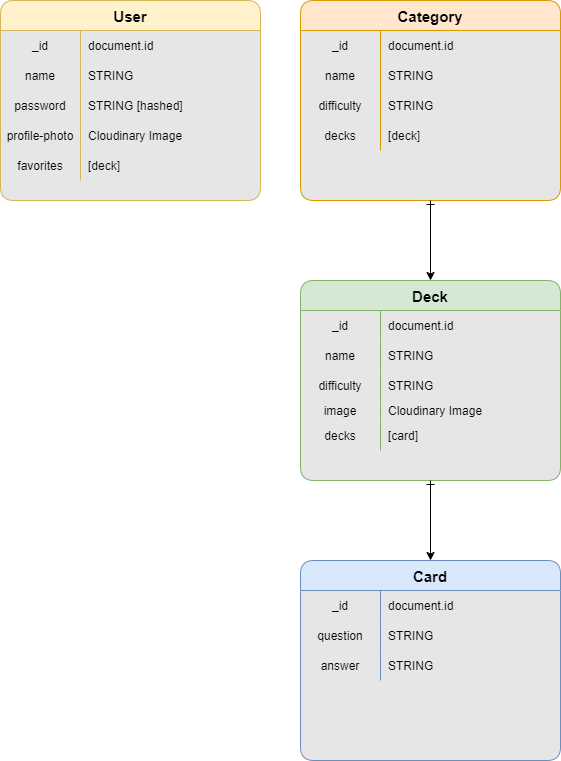
This is DevelUp-ERD.png from br1anlee/Develup-client, a draw.io export, as it was before one commit. Source tidied: cells renumbered, new cells last; positions are measured from the earlier drawing's top-left corner, leaving out a move shared by most shapes. Source of this version:
```xml
<mxGraphModel>
  <root>
    <mxCell id="0" />
    <mxCell id="1" parent="0" />
    <mxCell id="2" value="User" style="shape=table;startSize=30;rowLines=0;fontStyle=1;align=center;rounded=1;swimlaneFillColor=#E6E6E6;fillColor=#fff2cc;strokeColor=#d6b656;fontSize=15;fontFamily=Helvetica;" parent="1" vertex="1">
      <mxGeometry width="260" height="200" as="geometry" />
    </mxCell>
    <mxCell id="3" style="shape=tableRow;horizontal=0;startSize=0;swimlaneHead=0;swimlaneBody=0;fillColor=none;top=0;left=0;right=0;bottom=0;fontFamily=Helvetica;" parent="2" vertex="1">
      <mxGeometry y="30" width="260" height="30" as="geometry" />
    </mxCell>
    <mxCell id="4" value="_id" style="shape=partialRectangle;fillColor=none;top=0;left=0;bottom=0;right=0;overflow=hidden;fontFamily=Helvetica;" parent="3" vertex="1">
      <mxGeometry width="80" height="30" as="geometry" />
    </mxCell>
    <mxCell id="5" value="document.id" style="shape=partialRectangle;fillColor=none;top=0;left=0;bottom=0;right=0;align=left;spacingLeft=6;overflow=hidden;fontFamily=Helvetica;" parent="3" vertex="1">
      <mxGeometry x="80" width="180" height="30" as="geometry" />
    </mxCell>
    <mxCell id="6" style="shape=tableRow;horizontal=0;startSize=0;swimlaneHead=0;swimlaneBody=0;fillColor=none;top=0;left=0;right=0;bottom=0;fontFamily=Helvetica;" parent="2" vertex="1">
      <mxGeometry y="60" width="260" height="30" as="geometry" />
    </mxCell>
    <mxCell id="7" value="name" style="shape=partialRectangle;fillColor=none;top=0;left=0;bottom=0;right=0;overflow=hidden;fontFamily=Helvetica;" parent="6" vertex="1">
      <mxGeometry width="80" height="30" as="geometry" />
    </mxCell>
    <mxCell id="8" value="STRING" style="shape=partialRectangle;fillColor=none;top=0;left=0;bottom=0;right=0;align=left;spacingLeft=6;overflow=hidden;fontFamily=Helvetica;" parent="6" vertex="1">
      <mxGeometry x="80" width="180" height="30" as="geometry" />
    </mxCell>
    <mxCell id="9" style="shape=tableRow;horizontal=0;startSize=0;swimlaneHead=0;swimlaneBody=0;fillColor=none;top=0;left=0;right=0;bottom=0;fontFamily=Helvetica;" parent="2" vertex="1">
      <mxGeometry y="90" width="260" height="30" as="geometry" />
    </mxCell>
    <mxCell id="10" value="password" style="shape=partialRectangle;fillColor=none;top=0;left=0;bottom=0;right=0;overflow=hidden;fontFamily=Helvetica;" parent="9" vertex="1">
      <mxGeometry width="80" height="30" as="geometry" />
    </mxCell>
    <mxCell id="11" value="STRING [hashed]" style="shape=partialRectangle;fillColor=none;top=0;left=0;bottom=0;right=0;align=left;spacingLeft=6;overflow=hidden;fontFamily=Helvetica;" parent="9" vertex="1">
      <mxGeometry x="80" width="180" height="30" as="geometry" />
    </mxCell>
    <mxCell id="12" style="shape=tableRow;horizontal=0;startSize=0;swimlaneHead=0;swimlaneBody=0;fillColor=none;top=0;left=0;right=0;bottom=0;fontFamily=Helvetica;" parent="2" vertex="1">
      <mxGeometry y="120" width="260" height="30" as="geometry" />
    </mxCell>
    <mxCell id="13" value="profile-photo" style="shape=partialRectangle;fillColor=none;top=0;left=0;bottom=0;right=0;overflow=hidden;fontFamily=Helvetica;" parent="12" vertex="1">
      <mxGeometry width="80" height="30" as="geometry" />
    </mxCell>
    <mxCell id="14" value="Cloudinary Image" style="shape=partialRectangle;fillColor=none;top=0;left=0;bottom=0;right=0;align=left;spacingLeft=6;overflow=hidden;fontFamily=Helvetica;" parent="12" vertex="1">
      <mxGeometry x="80" width="180" height="30" as="geometry" />
    </mxCell>
    <mxCell id="15" style="shape=tableRow;horizontal=0;startSize=0;swimlaneHead=0;swimlaneBody=0;fillColor=none;top=0;left=0;right=0;bottom=0;fontFamily=Helvetica;" parent="2" vertex="1">
      <mxGeometry y="150" width="260" height="30" as="geometry" />
    </mxCell>
    <mxCell id="16" value="favorites" style="shape=partialRectangle;fillColor=none;top=0;left=0;bottom=0;right=0;overflow=hidden;fontFamily=Helvetica;" parent="15" vertex="1">
      <mxGeometry width="80" height="30" as="geometry" />
    </mxCell>
    <mxCell id="17" value="[deck]" style="shape=partialRectangle;fillColor=none;top=0;left=0;bottom=0;right=0;align=left;spacingLeft=6;overflow=hidden;fontFamily=Helvetica;" parent="15" vertex="1">
      <mxGeometry x="80" width="180" height="30" as="geometry" />
    </mxCell>
    <mxCell id="18" value="Category" style="shape=table;startSize=30;rowLines=0;fontStyle=1;align=center;rounded=1;fillColor=#ffe6cc;strokeColor=#d79b00;swimlaneFillColor=#E6E6E6;fontSize=15;fontFamily=Helvetica;" parent="1" vertex="1">
      <mxGeometry x="300" width="260" height="200" as="geometry" />
    </mxCell>
    <mxCell id="19" style="shape=tableRow;horizontal=0;startSize=0;swimlaneHead=0;swimlaneBody=0;fillColor=none;top=0;left=0;right=0;bottom=0;rounded=1;fontFamily=Helvetica;" parent="18" vertex="1">
      <mxGeometry y="30" width="260" height="30" as="geometry" />
    </mxCell>
    <mxCell id="20" value="_id" style="shape=partialRectangle;fillColor=none;top=0;left=0;bottom=0;right=0;overflow=hidden;rounded=1;fontFamily=Helvetica;" parent="19" vertex="1">
      <mxGeometry width="80" height="30" as="geometry" />
    </mxCell>
    <mxCell id="21" value="document.id" style="shape=partialRectangle;fillColor=none;top=0;left=0;bottom=0;right=0;align=left;spacingLeft=6;overflow=hidden;rounded=1;fontFamily=Helvetica;" parent="19" vertex="1">
      <mxGeometry x="80" width="180" height="30" as="geometry" />
    </mxCell>
    <mxCell id="22" style="shape=tableRow;horizontal=0;startSize=0;swimlaneHead=0;swimlaneBody=0;fillColor=none;top=0;left=0;right=0;bottom=0;rounded=1;fontFamily=Helvetica;" parent="18" vertex="1">
      <mxGeometry y="60" width="260" height="30" as="geometry" />
    </mxCell>
    <mxCell id="23" value="name" style="shape=partialRectangle;fillColor=none;top=0;left=0;bottom=0;right=0;overflow=hidden;rounded=1;fontFamily=Helvetica;" parent="22" vertex="1">
      <mxGeometry width="80" height="30" as="geometry" />
    </mxCell>
    <mxCell id="24" value="STRING" style="shape=partialRectangle;fillColor=none;top=0;left=0;bottom=0;right=0;align=left;spacingLeft=6;overflow=hidden;rounded=1;fontFamily=Helvetica;" parent="22" vertex="1">
      <mxGeometry x="80" width="180" height="30" as="geometry" />
    </mxCell>
    <mxCell id="25" style="shape=tableRow;horizontal=0;startSize=0;swimlaneHead=0;swimlaneBody=0;fillColor=none;top=0;left=0;right=0;bottom=0;rounded=1;fontFamily=Helvetica;" parent="18" vertex="1">
      <mxGeometry y="90" width="260" height="30" as="geometry" />
    </mxCell>
    <mxCell id="26" value="difficulty" style="shape=partialRectangle;fillColor=none;top=0;left=0;bottom=0;right=0;overflow=hidden;rounded=1;fontFamily=Helvetica;" parent="25" vertex="1">
      <mxGeometry width="80" height="30" as="geometry" />
    </mxCell>
    <mxCell id="27" value="STRING" style="shape=partialRectangle;fillColor=none;top=0;left=0;bottom=0;right=0;align=left;spacingLeft=6;overflow=hidden;rounded=1;fontFamily=Helvetica;" parent="25" vertex="1">
      <mxGeometry x="80" width="180" height="30" as="geometry" />
    </mxCell>
    <mxCell id="28" style="shape=tableRow;horizontal=0;startSize=0;swimlaneHead=0;swimlaneBody=0;fillColor=none;top=0;left=0;right=0;bottom=0;rounded=1;fontFamily=Helvetica;" parent="18" vertex="1">
      <mxGeometry y="120" width="260" height="30" as="geometry" />
    </mxCell>
    <mxCell id="29" value="decks" style="shape=partialRectangle;fillColor=none;top=0;left=0;bottom=0;right=0;overflow=hidden;rounded=1;fontFamily=Helvetica;" parent="28" vertex="1">
      <mxGeometry width="80" height="30" as="geometry" />
    </mxCell>
    <mxCell id="30" value="[deck]" style="shape=partialRectangle;fillColor=none;top=0;left=0;bottom=0;right=0;align=left;spacingLeft=6;overflow=hidden;rounded=1;fontFamily=Helvetica;" parent="28" vertex="1">
      <mxGeometry x="80" width="180" height="30" as="geometry" />
    </mxCell>
    <mxCell id="31" value="Card" style="shape=table;startSize=30;rowLines=0;fontStyle=1;align=center;rounded=1;fillColor=#dae8fc;strokeColor=#6c8ebf;swimlaneFillColor=#E6E6E6;fontSize=15;fontFamily=Helvetica;" parent="1" vertex="1">
      <mxGeometry x="300" y="560" width="260" height="200" as="geometry" />
    </mxCell>
    <mxCell id="32" style="shape=tableRow;horizontal=0;startSize=0;swimlaneHead=0;swimlaneBody=0;fillColor=none;top=0;left=0;right=0;bottom=0;rounded=1;fontFamily=Helvetica;" parent="31" vertex="1">
      <mxGeometry y="30" width="260" height="30" as="geometry" />
    </mxCell>
    <mxCell id="33" value="_id" style="shape=partialRectangle;fillColor=none;top=0;left=0;bottom=0;right=0;overflow=hidden;rounded=1;fontFamily=Helvetica;" parent="32" vertex="1">
      <mxGeometry width="80" height="30" as="geometry" />
    </mxCell>
    <mxCell id="34" value="document.id" style="shape=partialRectangle;fillColor=none;top=0;left=0;bottom=0;right=0;align=left;spacingLeft=6;overflow=hidden;rounded=1;fontFamily=Helvetica;" parent="32" vertex="1">
      <mxGeometry x="80" width="180" height="30" as="geometry" />
    </mxCell>
    <mxCell id="35" style="shape=tableRow;horizontal=0;startSize=0;swimlaneHead=0;swimlaneBody=0;fillColor=none;top=0;left=0;right=0;bottom=0;rounded=1;fontFamily=Helvetica;" parent="31" vertex="1">
      <mxGeometry y="60" width="260" height="30" as="geometry" />
    </mxCell>
    <mxCell id="36" value="question" style="shape=partialRectangle;fillColor=none;top=0;left=0;bottom=0;right=0;overflow=hidden;rounded=1;fontFamily=Helvetica;" parent="35" vertex="1">
      <mxGeometry width="80" height="30" as="geometry" />
    </mxCell>
    <mxCell id="37" value="STRING" style="shape=partialRectangle;fillColor=none;top=0;left=0;bottom=0;right=0;align=left;spacingLeft=6;overflow=hidden;rounded=1;fontFamily=Helvetica;" parent="35" vertex="1">
      <mxGeometry x="80" width="180" height="30" as="geometry" />
    </mxCell>
    <mxCell id="38" style="shape=tableRow;horizontal=0;startSize=0;swimlaneHead=0;swimlaneBody=0;fillColor=none;top=0;left=0;right=0;bottom=0;rounded=1;fontFamily=Helvetica;" parent="31" vertex="1">
      <mxGeometry y="90" width="260" height="30" as="geometry" />
    </mxCell>
    <mxCell id="39" value="answer" style="shape=partialRectangle;fillColor=none;top=0;left=0;bottom=0;right=0;overflow=hidden;rounded=1;fontFamily=Helvetica;" parent="38" vertex="1">
      <mxGeometry width="80" height="30" as="geometry" />
    </mxCell>
    <mxCell id="40" value="STRING" style="shape=partialRectangle;fillColor=none;top=0;left=0;bottom=0;right=0;align=left;spacingLeft=6;overflow=hidden;rounded=1;fontFamily=Helvetica;" parent="38" vertex="1">
      <mxGeometry x="80" width="180" height="30" as="geometry" />
    </mxCell>
    <mxCell id="41" value="Deck" style="shape=table;startSize=30;rowLines=0;fontStyle=1;align=center;rounded=1;fillColor=#d5e8d4;strokeColor=#82b366;swimlaneFillColor=#E6E6E6;fontSize=15;fontFamily=Helvetica;" parent="1" vertex="1">
      <mxGeometry x="300" y="280" width="260" height="200" as="geometry" />
    </mxCell>
    <mxCell id="42" style="shape=tableRow;horizontal=0;startSize=0;swimlaneHead=0;swimlaneBody=0;fillColor=none;top=0;left=0;right=0;bottom=0;rounded=1;fontFamily=Helvetica;" parent="41" vertex="1">
      <mxGeometry y="30" width="260" height="30" as="geometry" />
    </mxCell>
    <mxCell id="43" value="_id" style="shape=partialRectangle;fillColor=none;top=0;left=0;bottom=0;right=0;overflow=hidden;rounded=1;fontFamily=Helvetica;" parent="42" vertex="1">
      <mxGeometry width="80" height="30" as="geometry" />
    </mxCell>
    <mxCell id="44" value="document.id" style="shape=partialRectangle;fillColor=none;top=0;left=0;bottom=0;right=0;align=left;spacingLeft=6;overflow=hidden;rounded=1;fontFamily=Helvetica;" parent="42" vertex="1">
      <mxGeometry x="80" width="180" height="30" as="geometry" />
    </mxCell>
    <mxCell id="45" style="shape=tableRow;horizontal=0;startSize=0;swimlaneHead=0;swimlaneBody=0;fillColor=none;top=0;left=0;right=0;bottom=0;rounded=1;fontFamily=Helvetica;" parent="41" vertex="1">
      <mxGeometry y="60" width="260" height="30" as="geometry" />
    </mxCell>
    <mxCell id="46" value="name" style="shape=partialRectangle;fillColor=none;top=0;left=0;bottom=0;right=0;overflow=hidden;rounded=1;fontFamily=Helvetica;" parent="45" vertex="1">
      <mxGeometry width="80" height="30" as="geometry" />
    </mxCell>
    <mxCell id="47" value="STRING" style="shape=partialRectangle;fillColor=none;top=0;left=0;bottom=0;right=0;align=left;spacingLeft=6;overflow=hidden;rounded=1;fontFamily=Helvetica;" parent="45" vertex="1">
      <mxGeometry x="80" width="180" height="30" as="geometry" />
    </mxCell>
    <mxCell id="48" style="shape=tableRow;horizontal=0;startSize=0;swimlaneHead=0;swimlaneBody=0;fillColor=none;top=0;left=0;right=0;bottom=0;rounded=1;fontFamily=Helvetica;" parent="41" vertex="1">
      <mxGeometry y="90" width="260" height="30" as="geometry" />
    </mxCell>
    <mxCell id="49" value="difficulty" style="shape=partialRectangle;fillColor=none;top=0;left=0;bottom=0;right=0;overflow=hidden;rounded=1;fontFamily=Helvetica;" parent="48" vertex="1">
      <mxGeometry width="80" height="30" as="geometry" />
    </mxCell>
    <mxCell id="50" value="STRING" style="shape=partialRectangle;fillColor=none;top=0;left=0;bottom=0;right=0;align=left;spacingLeft=6;overflow=hidden;rounded=1;fontFamily=Helvetica;" parent="48" vertex="1">
      <mxGeometry x="80" width="180" height="30" as="geometry" />
    </mxCell>
    <mxCell id="51" style="shape=tableRow;horizontal=0;startSize=0;swimlaneHead=0;swimlaneBody=0;fillColor=none;top=0;left=0;right=0;bottom=0;rounded=1;fontFamily=Helvetica;" parent="41" vertex="1">
      <mxGeometry y="120" width="260" height="20" as="geometry" />
    </mxCell>
    <mxCell id="52" value="image" style="shape=partialRectangle;fillColor=none;top=0;left=0;bottom=0;right=0;overflow=hidden;rounded=1;fontFamily=Helvetica;" parent="51" vertex="1">
      <mxGeometry width="80" height="20" as="geometry" />
    </mxCell>
    <mxCell id="53" value="Cloudinary Image" style="shape=partialRectangle;fillColor=none;top=0;left=0;bottom=0;right=0;align=left;spacingLeft=6;overflow=hidden;rounded=1;fontFamily=Helvetica;" parent="51" vertex="1">
      <mxGeometry x="80" width="180" height="20" as="geometry" />
    </mxCell>
    <mxCell id="54" style="shape=tableRow;horizontal=0;startSize=0;swimlaneHead=0;swimlaneBody=0;fillColor=none;top=0;left=0;right=0;bottom=0;rounded=1;fontFamily=Helvetica;" parent="41" vertex="1">
      <mxGeometry y="140" width="260" height="30" as="geometry" />
    </mxCell>
    <mxCell id="55" value="decks" style="shape=partialRectangle;fillColor=none;top=0;left=0;bottom=0;right=0;overflow=hidden;rounded=1;fontFamily=Helvetica;" parent="54" vertex="1">
      <mxGeometry width="80" height="30" as="geometry" />
    </mxCell>
    <mxCell id="56" value="[card]" style="shape=partialRectangle;fillColor=none;top=0;left=0;bottom=0;right=0;align=left;spacingLeft=6;overflow=hidden;rounded=1;fontFamily=Helvetica;" parent="54" vertex="1">
      <mxGeometry x="80" width="180" height="30" as="geometry" />
    </mxCell>
    <mxCell id="57" style="edgeStyle=orthogonalEdgeStyle;fontSize=12;html=1;endArrow=classic;endFill=1;rounded=0;startArrow=ERone;startFill=0;jumpStyle=arc;fontFamily=Helvetica;curved=1;entryX=0.5;entryY=0;entryDx=0;entryDy=0;exitX=0.5;exitY=1;exitDx=0;exitDy=0;" parent="1" edge="1" source="18" target="41">
      <mxGeometry relative="1" as="geometry" />
    </mxCell>
    <mxCell id="58" style="edgeStyle=orthogonalEdgeStyle;fontSize=12;html=1;endArrow=classic;endFill=1;rounded=0;startArrow=ERone;startFill=0;jumpStyle=arc;fontFamily=Helvetica;curved=1;entryX=0.5;entryY=0;entryDx=0;entryDy=0;exitX=0.5;exitY=1;exitDx=0;exitDy=0;" parent="1" edge="1" source="41" target="31">
      <mxGeometry relative="1" as="geometry" />
    </mxCell>
  </root>
</mxGraphModel>
```
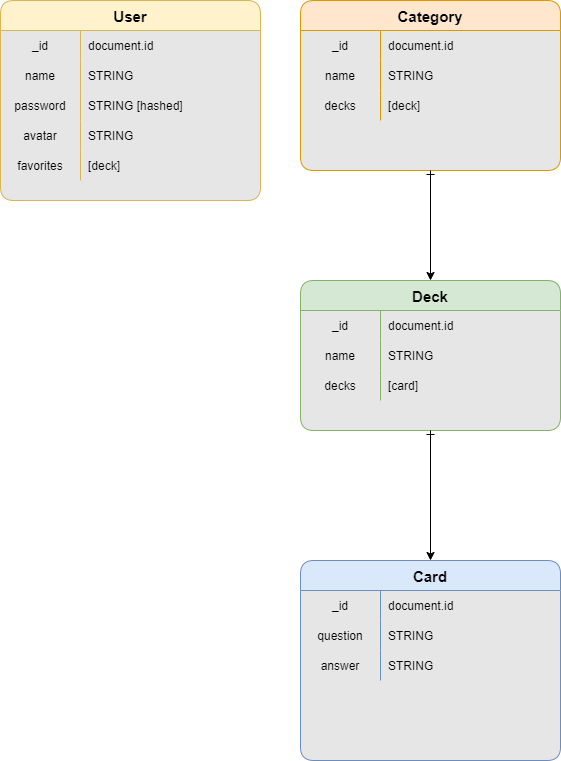
Above is the later version.

The edit, as a diff of the source:
```diff
@@ -35,10 +35,10 @@
     <mxCell id="12" style="shape=tableRow;horizontal=0;startSize=0;swimlaneHead=0;swimlaneBody=0;fillColor=none;top=0;left=0;right=0;bottom=0;fontFamily=Helvetica;" parent="2" vertex="1">
       <mxGeometry y="120" width="260" height="30" as="geometry" />
     </mxCell>
-    <mxCell id="13" value="profile-photo" style="shape=partialRectangle;fillColor=none;top=0;left=0;bottom=0;right=0;overflow=hidden;fontFamily=Helvetica;" parent="12" vertex="1">
+    <mxCell id="13" value="avatar" style="shape=partialRectangle;fillColor=none;top=0;left=0;bottom=0;right=0;overflow=hidden;fontFamily=Helvetica;" parent="12" vertex="1">
       <mxGeometry width="80" height="30" as="geometry" />
     </mxCell>
-    <mxCell id="14" value="Cloudinary Image" style="shape=partialRectangle;fillColor=none;top=0;left=0;bottom=0;right=0;align=left;spacingLeft=6;overflow=hidden;fontFamily=Helvetica;" parent="12" vertex="1">
+    <mxCell id="14" value="STRING" style="shape=partialRectangle;fillColor=none;top=0;left=0;bottom=0;right=0;align=left;spacingLeft=6;overflow=hidden;fontFamily=Helvetica;" parent="12" vertex="1">
       <mxGeometry x="80" width="180" height="30" as="geometry" />
     </mxCell>
     <mxCell id="15" style="shape=tableRow;horizontal=0;startSize=0;swimlaneHead=0;swimlaneBody=0;fillColor=none;top=0;left=0;right=0;bottom=0;fontFamily=Helvetica;" parent="2" vertex="1">
@@ -51,7 +51,7 @@
       <mxGeometry x="80" width="180" height="30" as="geometry" />
     </mxCell>
     <mxCell id="18" value="Category" style="shape=table;startSize=30;rowLines=0;fontStyle=1;align=center;rounded=1;fillColor=#ffe6cc;strokeColor=#d79b00;swimlaneFillColor=#E6E6E6;fontSize=15;fontFamily=Helvetica;" parent="1" vertex="1">
-      <mxGeometry x="300" width="260" height="200" as="geometry" />
+      <mxGeometry x="300" width="260" height="170" as="geometry" />
     </mxCell>
     <mxCell id="19" style="shape=tableRow;horizontal=0;startSize=0;swimlaneHead=0;swimlaneBody=0;fillColor=none;top=0;left=0;right=0;bottom=0;rounded=1;fontFamily=Helvetica;" parent="18" vertex="1">
       <mxGeometry y="30" width="260" height="30" as="geometry" />
@@ -71,17 +71,8 @@
     <mxCell id="24" value="STRING" style="shape=partialRectangle;fillColor=none;top=0;left=0;bottom=0;right=0;align=left;spacingLeft=6;overflow=hidden;rounded=1;fontFamily=Helvetica;" parent="22" vertex="1">
       <mxGeometry x="80" width="180" height="30" as="geometry" />
     </mxCell>
-    <mxCell id="25" style="shape=tableRow;horizontal=0;startSize=0;swimlaneHead=0;swimlaneBody=0;fillColor=none;top=0;left=0;right=0;bottom=0;rounded=1;fontFamily=Helvetica;" parent="18" vertex="1">
-      <mxGeometry y="90" width="260" height="30" as="geometry" />
-    </mxCell>
-    <mxCell id="26" value="difficulty" style="shape=partialRectangle;fillColor=none;top=0;left=0;bottom=0;right=0;overflow=hidden;rounded=1;fontFamily=Helvetica;" parent="25" vertex="1">
-      <mxGeometry width="80" height="30" as="geometry" />
-    </mxCell>
-    <mxCell id="27" value="STRING" style="shape=partialRectangle;fillColor=none;top=0;left=0;bottom=0;right=0;align=left;spacingLeft=6;overflow=hidden;rounded=1;fontFamily=Helvetica;" parent="25" vertex="1">
-      <mxGeometry x="80" width="180" height="30" as="geometry" />
-    </mxCell>
     <mxCell id="28" style="shape=tableRow;horizontal=0;startSize=0;swimlaneHead=0;swimlaneBody=0;fillColor=none;top=0;left=0;right=0;bottom=0;rounded=1;fontFamily=Helvetica;" parent="18" vertex="1">
-      <mxGeometry y="120" width="260" height="30" as="geometry" />
+      <mxGeometry y="90" width="260" height="30" as="geometry" />
     </mxCell>
     <mxCell id="29" value="decks" style="shape=partialRectangle;fillColor=none;top=0;left=0;bottom=0;right=0;overflow=hidden;rounded=1;fontFamily=Helvetica;" parent="28" vertex="1">
       <mxGeometry width="80" height="30" as="geometry" />
@@ -120,7 +111,7 @@
       <mxGeometry x="80" width="180" height="30" as="geometry" />
     </mxCell>
     <mxCell id="41" value="Deck" style="shape=table;startSize=30;rowLines=0;fontStyle=1;align=center;rounded=1;fillColor=#d5e8d4;strokeColor=#82b366;swimlaneFillColor=#E6E6E6;fontSize=15;fontFamily=Helvetica;" parent="1" vertex="1">
-      <mxGeometry x="300" y="280" width="260" height="200" as="geometry" />
+      <mxGeometry x="300" y="280" width="260" height="150" as="geometry" />
     </mxCell>
     <mxCell id="42" style="shape=tableRow;horizontal=0;startSize=0;swimlaneHead=0;swimlaneBody=0;fillColor=none;top=0;left=0;right=0;bottom=0;rounded=1;fontFamily=Helvetica;" parent="41" vertex="1">
       <mxGeometry y="30" width="260" height="30" as="geometry" />
@@ -140,26 +131,8 @@
     <mxCell id="47" value="STRING" style="shape=partialRectangle;fillColor=none;top=0;left=0;bottom=0;right=0;align=left;spacingLeft=6;overflow=hidden;rounded=1;fontFamily=Helvetica;" parent="45" vertex="1">
       <mxGeometry x="80" width="180" height="30" as="geometry" />
     </mxCell>
-    <mxCell id="48" style="shape=tableRow;horizontal=0;startSize=0;swimlaneHead=0;swimlaneBody=0;fillColor=none;top=0;left=0;right=0;bottom=0;rounded=1;fontFamily=Helvetica;" parent="41" vertex="1">
-      <mxGeometry y="90" width="260" height="30" as="geometry" />
-    </mxCell>
-    <mxCell id="49" value="difficulty" style="shape=partialRectangle;fillColor=none;top=0;left=0;bottom=0;right=0;overflow=hidden;rounded=1;fontFamily=Helvetica;" parent="48" vertex="1">
-      <mxGeometry width="80" height="30" as="geometry" />
-    </mxCell>
-    <mxCell id="50" value="STRING" style="shape=partialRectangle;fillColor=none;top=0;left=0;bottom=0;right=0;align=left;spacingLeft=6;overflow=hidden;rounded=1;fontFamily=Helvetica;" parent="48" vertex="1">
-      <mxGeometry x="80" width="180" height="30" as="geometry" />
-    </mxCell>
-    <mxCell id="51" style="shape=tableRow;horizontal=0;startSize=0;swimlaneHead=0;swimlaneBody=0;fillColor=none;top=0;left=0;right=0;bottom=0;rounded=1;fontFamily=Helvetica;" parent="41" vertex="1">
-      <mxGeometry y="120" width="260" height="20" as="geometry" />
-    </mxCell>
-    <mxCell id="52" value="image" style="shape=partialRectangle;fillColor=none;top=0;left=0;bottom=0;right=0;overflow=hidden;rounded=1;fontFamily=Helvetica;" parent="51" vertex="1">
-      <mxGeometry width="80" height="20" as="geometry" />
-    </mxCell>
-    <mxCell id="53" value="Cloudinary Image" style="shape=partialRectangle;fillColor=none;top=0;left=0;bottom=0;right=0;align=left;spacingLeft=6;overflow=hidden;rounded=1;fontFamily=Helvetica;" parent="51" vertex="1">
-      <mxGeometry x="80" width="180" height="20" as="geometry" />
-    </mxCell>
     <mxCell id="54" style="shape=tableRow;horizontal=0;startSize=0;swimlaneHead=0;swimlaneBody=0;fillColor=none;top=0;left=0;right=0;bottom=0;rounded=1;fontFamily=Helvetica;" parent="41" vertex="1">
-      <mxGeometry y="140" width="260" height="30" as="geometry" />
+      <mxGeometry y="90" width="260" height="30" as="geometry" />
     </mxCell>
     <mxCell id="55" value="decks" style="shape=partialRectangle;fillColor=none;top=0;left=0;bottom=0;right=0;overflow=hidden;rounded=1;fontFamily=Helvetica;" parent="54" vertex="1">
       <mxGeometry width="80" height="30" as="geometry" />
```
